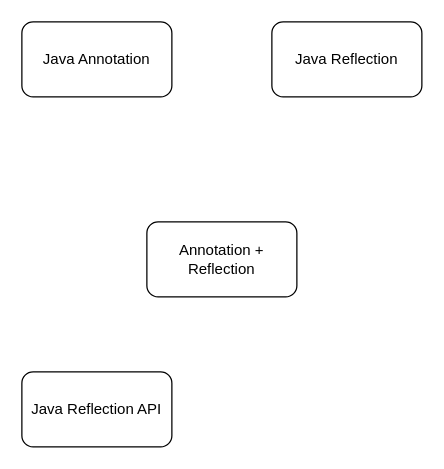
This is page "Annotation-Reflection-Kết hợp" (2 of 3) of Java-Reflection/docs/java-reflection-annotation.drawio from Ben-MTP/Java-Pre, a draw.io file, before an edit. Source tidied: cells renumbered, new cells numbered last; positions are measured from the earlier drawing's top-left corner, leaving out a move shared by most shapes. Both pictures are drawn from the tidied source at 125%, with x=0, y=0 at pixel (21, 21).
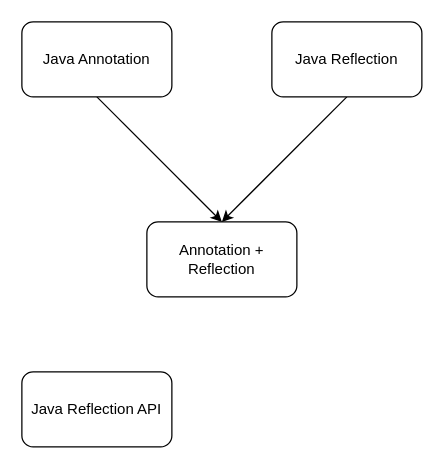
Above is the later version.

Diff of the diagram source:
```diff
@@
 <mxGraphModel>
   <root>
     <mxCell id="0" />
     <mxCell id="1" parent="0" />
+    <mxCell id="6" style="rounded=0;jettySize=auto;html=1;exitX=0.5;exitY=1;exitDx=0;exitDy=0;entryX=0.5;entryY=0;entryDx=0;entryDy=0;" parent="1" edge="1" source="2" target="4">
+      <mxGeometry relative="1" as="geometry" />
+    </mxCell>
     <mxCell id="2" value="Java Annotation" style="rounded=1;whiteSpace=wrap;html=1;" parent="1" vertex="1">
       <mxGeometry width="120" height="60" as="geometry" />
     </mxCell>
+    <mxCell id="7" style="edgeStyle=none;rounded=0;jettySize=auto;html=1;entryX=0.5;entryY=0;entryDx=0;entryDy=0;exitX=0.5;exitY=1;exitDx=0;exitDy=0;" parent="1" edge="1" source="3" target="4">
+      <mxGeometry relative="1" as="geometry" />
+    </mxCell>
     <mxCell id="3" value="Java Reflection" style="rounded=1;whiteSpace=wrap;html=1;" parent="1" vertex="1">
       <mxGeometry x="200" width="120" height="60" as="geometry" />
     </mxCell>
     <mxCell id="4" value="Annotation + Reflection" style="rounded=1;whiteSpace=wrap;html=1;" parent="1" vertex="1">
       <mxGeometry x="100" y="160" width="120" height="60" as="geometry" />
     </mxCell>
     <mxCell id="5" value="Java Reflection API" style="rounded=1;whiteSpace=wrap;html=1;" parent="1" vertex="1">
       <mxGeometry y="280" width="120" height="60" as="geometry" />
     </mxCell>
   </root>
 </mxGraphModel>
```
